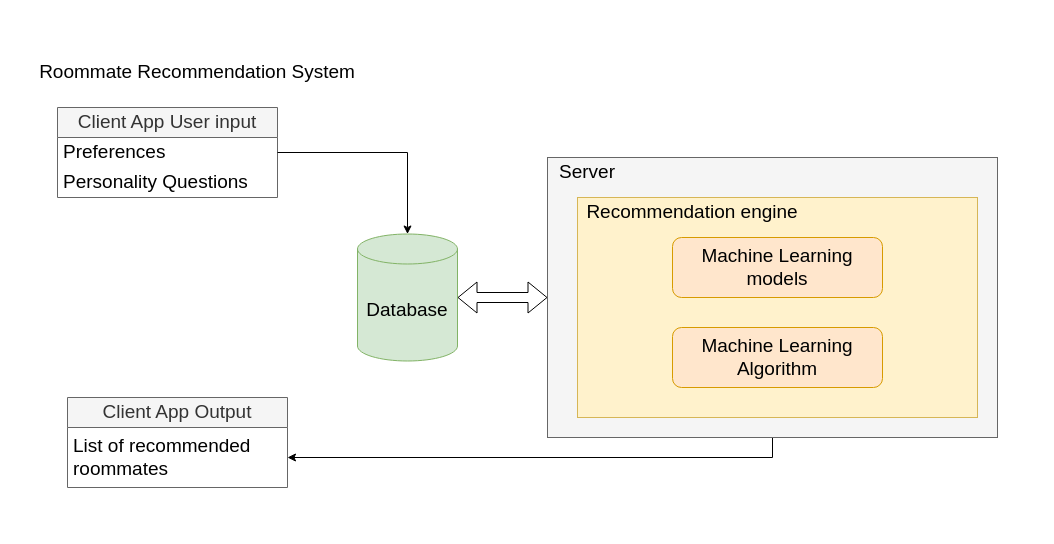
Earlier version of the draw.io diagram Untitled Diagram.drawio (JohnMugambi/Files). Source tidied: cells renumbered, new cells numbered last; positions are measured from the earlier drawing's top-left corner, leaving out a move shared by most shapes. Both pictures are drawn from the tidied source at 100%, with x=0, y=0 at pixel (17, 47).
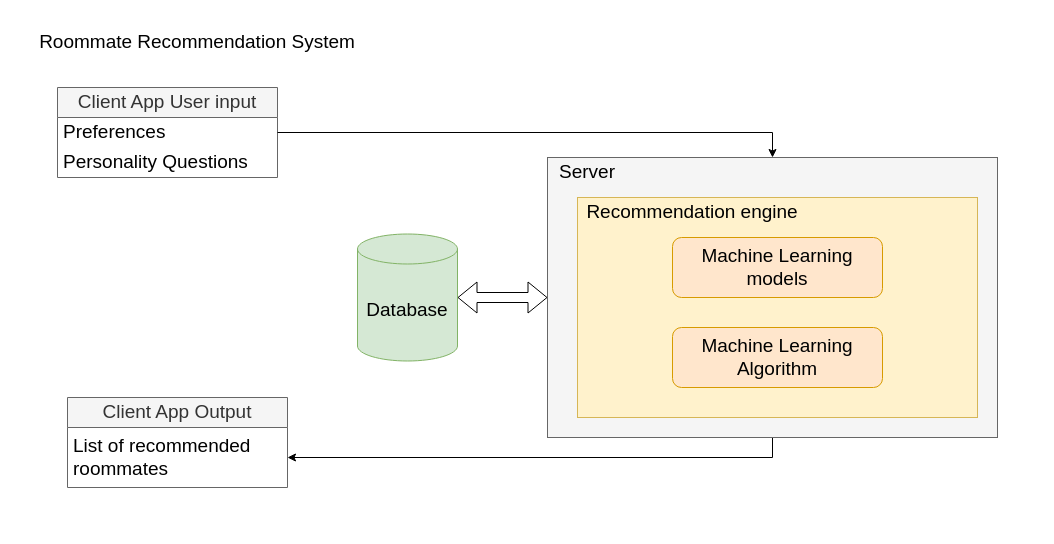
The same page after the edit.

The edit, as a diff of the source:
```diff
@@
 <mxGraphModel>
   <root>
     <mxCell id="0" />
     <mxCell id="1" parent="0" />
     <mxCell id="2" style="rounded=0;whiteSpace=wrap;html=1;strokeColor=none;" parent="1" vertex="1">
-      <mxGeometry width="1020" height="480" as="geometry" />
+      <mxGeometry y="-30" width="1020" height="510" as="geometry" />
     </mxCell>
     <mxCell id="3" value="Roommate Recommendation System" style="text;html=1;strokeColor=none;fillColor=none;align=center;verticalAlign=middle;whiteSpace=wrap;rounded=0;fontSize=19;" parent="1" vertex="1">
-      <mxGeometry x="10" y="10" width="340" height="30" as="geometry" />
+      <mxGeometry x="10" y="-20" width="340" height="30" as="geometry" />
     </mxCell>
     <mxCell id="4" value="Client App User input" style="swimlane;fontStyle=0;horizontal=1;startSize=30;whiteSpace=wrap;html=1;fontSize=19;fillColor=#f5f5f5;fontColor=#333333;strokeColor=#666666;" parent="1" vertex="1">
-      <mxGeometry x="40" y="60" width="220" height="90" as="geometry" />
+      <mxGeometry x="40" y="40" width="220" height="90" as="geometry" />
     </mxCell>
     <mxCell id="5" value="Preferences" style="text;strokeColor=none;fillColor=none;align=left;verticalAlign=middle;spacingLeft=4;spacingRight=4;overflow=hidden;points=[[0,0.5],[1,0.5]];portConstraint=eastwest;whiteSpace=wrap;html=1;fontSize=19;" parent="4" vertex="1">
       <mxGeometry y="30" width="220" height="30" as="geometry" />
     </mxCell>
     <mxCell id="6" value="Personality Questions" style="text;strokeColor=none;fillColor=none;align=left;verticalAlign=middle;spacingLeft=4;spacingRight=4;overflow=hidden;whiteSpace=wrap;html=1;fontSize=19;" parent="4" vertex="1">
       <mxGeometry y="60" width="220" height="30" as="geometry" />
     </mxCell>
     <mxCell id="7" style="edgeStyle=orthogonalEdgeStyle;rounded=0;jettySize=auto;html=1;exitX=0.5;exitY=1;exitDx=0;exitDy=0;entryX=1;entryY=0.5;entryDx=0;entryDy=0;fontSize=19;" parent="1" edge="1" source="8" target="10">
       <mxGeometry relative="1" as="geometry" />
     </mxCell>
     <mxCell id="8" style="rounded=0;whiteSpace=wrap;html=1;fontSize=19;fillColor=#f5f5f5;strokeColor=#666666;fontColor=#333333;" parent="1" vertex="1">
       <mxGeometry x="530" y="110" width="450" height="280" as="geometry" />
     </mxCell>
     <mxCell id="9" value="Client App Output" style="swimlane;fontStyle=0;horizontal=1;startSize=30;whiteSpace=wrap;html=1;fontSize=19;fillColor=#f5f5f5;fontColor=#333333;strokeColor=#666666;" parent="1" vertex="1">
       <mxGeometry x="50" y="350" width="220" height="90" as="geometry" />
     </mxCell>
     <mxCell id="10" value="List of recommended roommates" style="text;strokeColor=none;fillColor=none;align=left;verticalAlign=middle;spacingLeft=4;spacingRight=4;overflow=hidden;points=[[0,0.5],[1,0.5]];portConstraint=eastwest;whiteSpace=wrap;html=1;fontSize=19;" parent="9" vertex="1">
       <mxGeometry y="30" width="220" height="60" as="geometry" />
     </mxCell>
     <mxCell id="11" value="Server" style="text;html=1;strokeColor=none;fillColor=none;align=center;verticalAlign=middle;whiteSpace=wrap;rounded=0;fontSize=19;" parent="1" vertex="1">
       <mxGeometry x="540" y="110" width="60" height="30" as="geometry" />
     </mxCell>
     <mxCell id="12" value="Database" style="shape=cylinder3;whiteSpace=wrap;html=1;boundedLbl=1;backgroundOutline=1;size=15;fontSize=19;fillColor=#d5e8d4;strokeColor=#82b366;" parent="1" vertex="1">
       <mxGeometry x="340" y="186.5" width="100" height="127" as="geometry" />
     </mxCell>
     <mxCell id="13" style="rounded=0;whiteSpace=wrap;html=1;fontSize=19;fillColor=#fff2cc;strokeColor=#d6b656;" parent="1" vertex="1">
       <mxGeometry x="560" y="150" width="400" height="220" as="geometry" />
     </mxCell>
     <mxCell id="14" value="Recommendation engine" style="text;html=1;strokeColor=none;fillColor=none;align=center;verticalAlign=middle;whiteSpace=wrap;rounded=0;fontSize=19;" parent="1" vertex="1">
       <mxGeometry x="560" y="150" width="230" height="30" as="geometry" />
     </mxCell>
     <mxCell id="15" value="Machine Learning models" style="rounded=1;whiteSpace=wrap;html=1;fontSize=19;fillColor=#ffe6cc;strokeColor=#d79b00;" parent="1" vertex="1">
       <mxGeometry x="655" y="190" width="210" height="60" as="geometry" />
     </mxCell>
     <mxCell id="16" value="Machine Learning Algorithm" style="rounded=1;whiteSpace=wrap;html=1;fontSize=19;fillColor=#ffe6cc;strokeColor=#d79b00;" parent="1" vertex="1">
       <mxGeometry x="655" y="280" width="210" height="60" as="geometry" />
     </mxCell>
-    <mxCell id="17" style="edgeStyle=orthogonalEdgeStyle;rounded=0;jettySize=auto;html=1;entryX=0.5;entryY=0;entryDx=0;entryDy=0;entryPerimeter=0;fontSize=19;" parent="1" edge="1" source="5" target="12">
+    <mxCell id="17" style="edgeStyle=orthogonalEdgeStyle;rounded=0;jettySize=auto;html=1;entryX=0.5;entryY=0;entryDx=0;entryDy=0;fontSize=19;" parent="1" edge="1" source="5" target="8">
       <mxGeometry relative="1" as="geometry" />
     </mxCell>
     <mxCell id="18" style="shape=flexArrow;endArrow=classic;startArrow=classic;html=1;rounded=0;fontSize=19;entryX=0;entryY=0.5;entryDx=0;entryDy=0;exitX=1;exitY=0.5;exitDx=0;exitDy=0;exitPerimeter=0;" parent="1" edge="1" source="12" target="8">
       <mxGeometry relative="1" as="geometry" />
     </mxCell>
   </root>
 </mxGraphModel>
```
